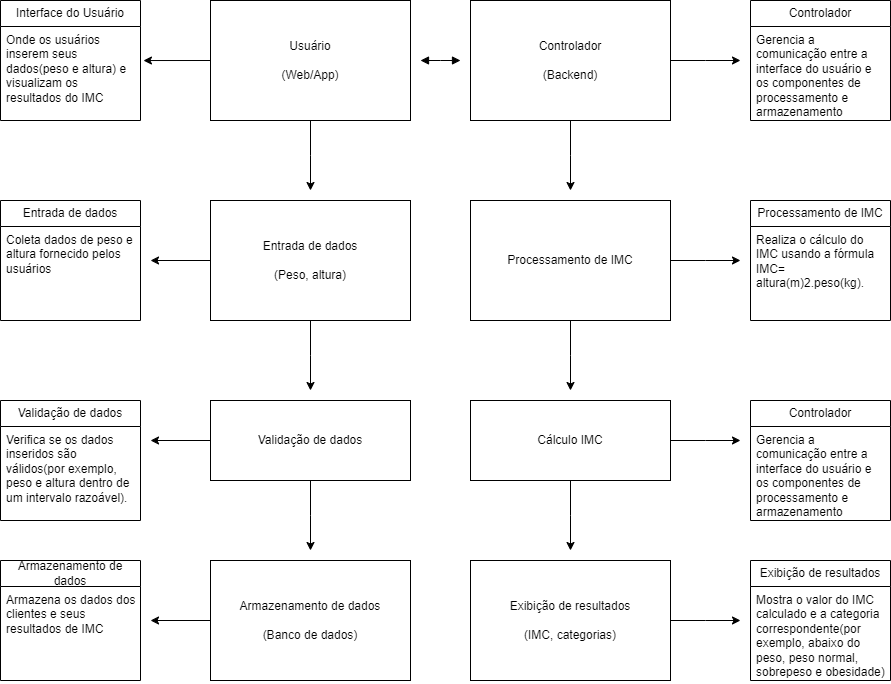
Above: Imc.drawio.png in Zaibam/Desenvolvimento-De-Sistemas-1 (draw.io), before the change. Source tidied: cells renumbered, new cells last; positions are measured from the earlier drawing's top-left corner, leaving out a move shared by most shapes.
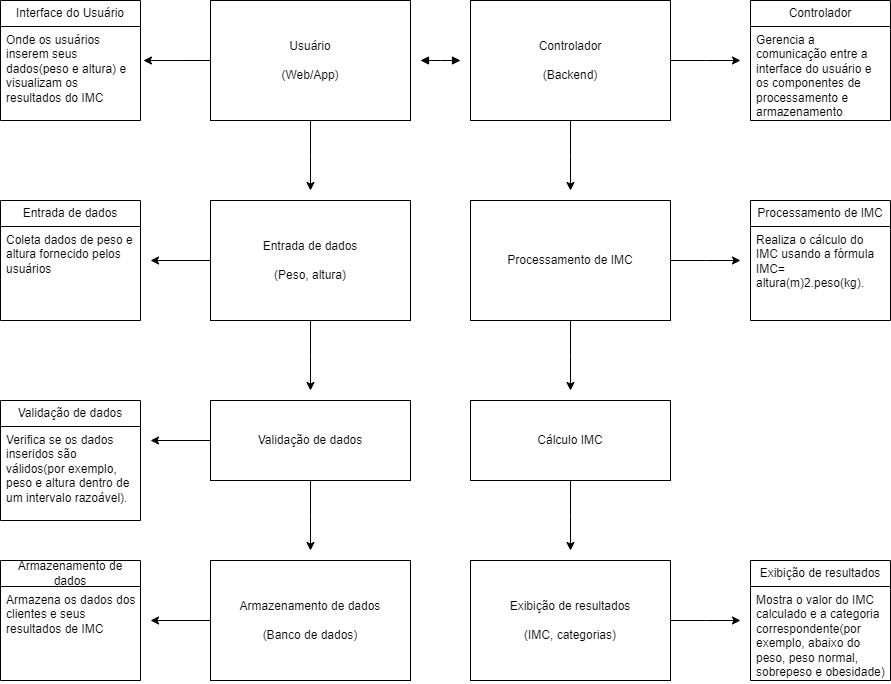
After the change.

Diff of the diagram source:
```diff
@@ -67,11 +67,6 @@
         <mxPoint x="570" y="550" as="targetPoint" />
       </mxGeometry>
     </mxCell>
-    <mxCell id="17" style="edgeStyle=orthogonalEdgeStyle;rounded=0;jettySize=auto;html=1;exitX=1;exitY=0.5;exitDx=0;exitDy=0;" parent="1" edge="1" source="18">
-      <mxGeometry relative="1" as="geometry">
-        <mxPoint x="740" y="440" as="targetPoint" />
-      </mxGeometry>
-    </mxCell>
     <mxCell id="18" value="Cálculo IMC" style="html=1;whiteSpace=wrap;" parent="1" vertex="1">
       <mxGeometry x="470" y="400" width="200" height="80" as="geometry" />
     </mxCell>
@@ -127,12 +122,6 @@
     <mxCell id="32" value="Realiza o cálculo do IMC usando a fórmula IMC= altura(m)2.peso(kg)." style="text;strokeColor=none;fillColor=none;align=left;verticalAlign=top;spacingLeft=4;spacingRight=4;overflow=hidden;whiteSpace=wrap;html=1;" parent="31" vertex="1">
       <mxGeometry y="26" width="140" height="94" as="geometry" />
     </mxCell>
-    <mxCell id="33" value="Controlador" style="swimlane;fontStyle=0;horizontal=1;startSize=26;fillColor=none;whiteSpace=wrap;html=1;" parent="1" vertex="1">
-      <mxGeometry x="750" y="400" width="140" height="120" as="geometry" />
-    </mxCell>
-    <mxCell id="34" value="Gerencia a comunicação entre a interface do usuário e os componentes de processamento e armazenamento" style="text;strokeColor=none;fillColor=none;align=left;verticalAlign=top;spacingLeft=4;spacingRight=4;overflow=hidden;whiteSpace=wrap;html=1;" parent="33" vertex="1">
-      <mxGeometry y="26" width="140" height="94" as="geometry" />
-    </mxCell>
     <mxCell id="35" value="Exibição de resultados" style="swimlane;fontStyle=0;horizontal=1;startSize=26;fillColor=none;whiteSpace=wrap;html=1;" parent="1" vertex="1">
       <mxGeometry x="750" y="560" width="140" height="120" as="geometry" />
     </mxCell>
```
